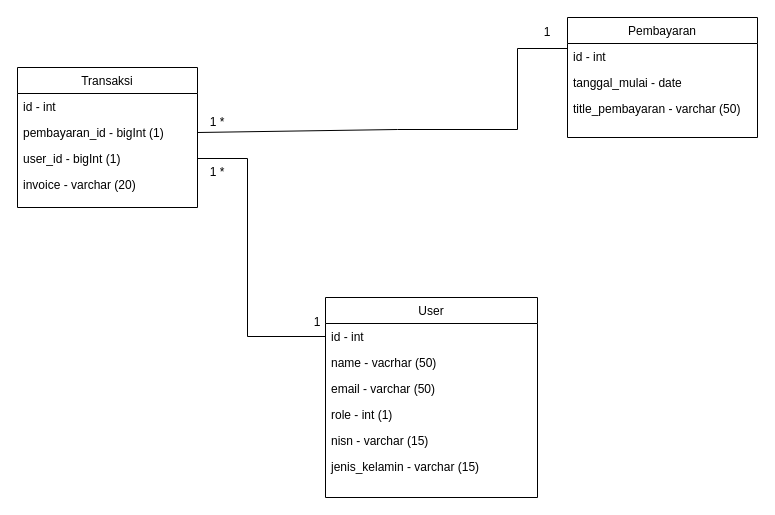
Earlier version of the draw.io diagram Untitled Diagram.drawio (danangsptro/SI_PEMBAYARAN). Source tidied: cells renumbered, new cells numbered last; positions are measured from the earlier drawing's top-left corner, leaving out a move shared by most shapes. Both pictures are drawn from the tidied source at 100%, with x=0, y=0 at pixel (17, 17).
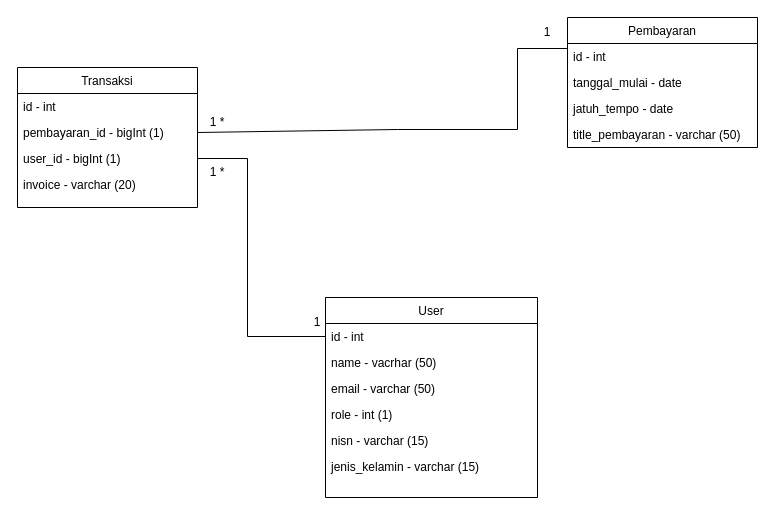
After the change.

Change to the diagram source:
```diff
@@
     <mxCell id="14" value="Pembayaran" style="swimlane;fontStyle=0;align=center;verticalAlign=top;horizontal=1;startSize=26;rounded=0;shadow=0;strokeWidth=1;" parent="1" vertex="1">
-      <mxGeometry x="550" width="190" height="120" as="geometry" />
+      <mxGeometry x="550" width="190" height="130" as="geometry" />
     </mxCell>
@@
+    <mxCell id="24" value="jatuh_tempo - date" style="text;align=left;verticalAlign=top;spacingLeft=4;spacingRight=4;overflow=hidden;rounded=0;shadow=0;html=0;" parent="14" vertex="1">
+      <mxGeometry y="78" width="190" height="26" as="geometry" />
+    </mxCell>
     <mxCell id="17" value="title_pembayaran - varchar (50)" style="text;align=left;verticalAlign=top;spacingLeft=4;spacingRight=4;overflow=hidden;rounded=0;shadow=0;html=0;" parent="14" vertex="1">
-      <mxGeometry y="78" width="190" height="26" as="geometry" />
+      <mxGeometry y="104" width="190" height="26" as="geometry" />
     </mxCell>
```
